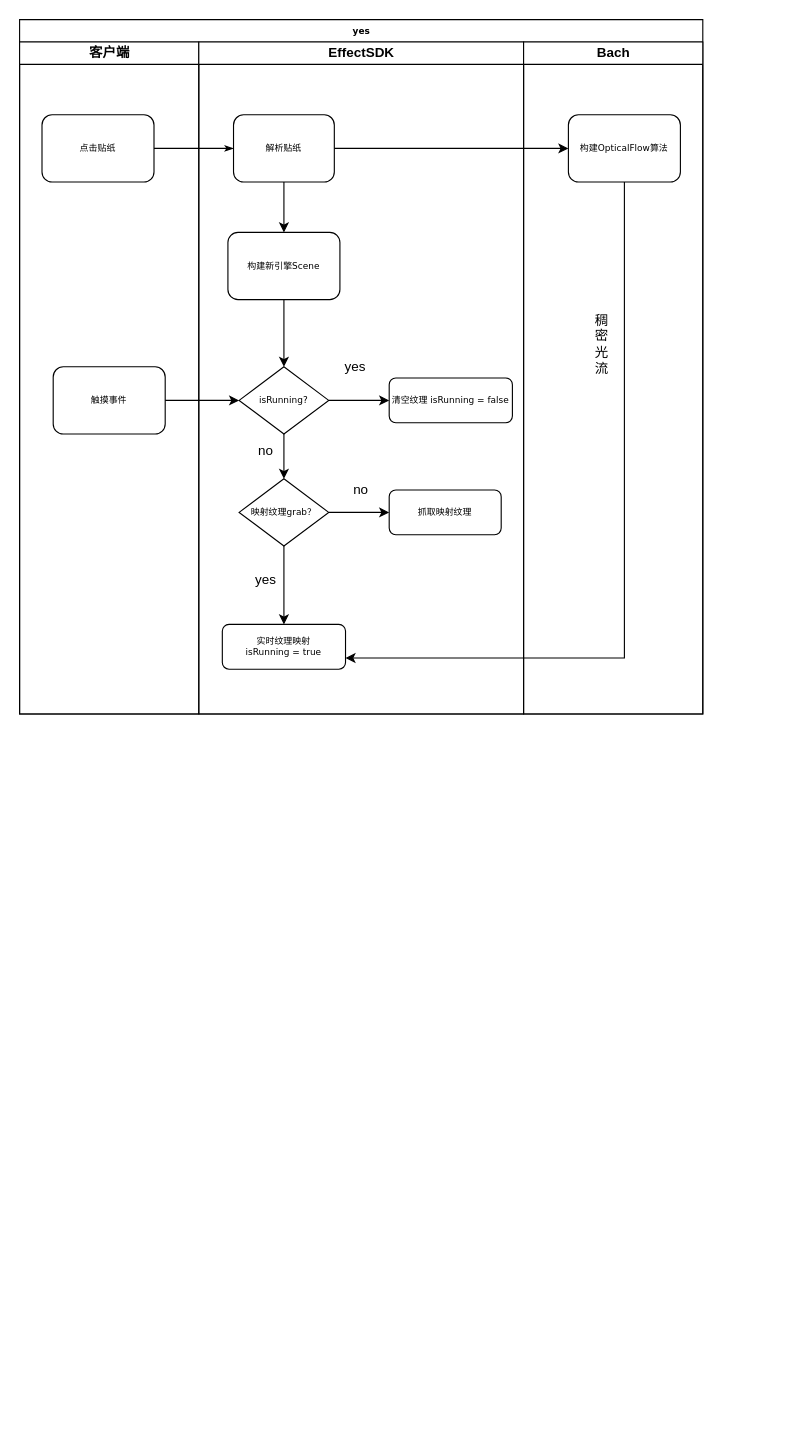
This is DatamoshAlgorithm.drawio from brucechenssfireinthehole/diagrams, a draw.io file, before an edit. Source tidied: cells renumbered, new cells numbered last; positions are measured from the earlier drawing's top-left corner, leaving out a move shared by most shapes. Both pictures are drawn from the tidied source at 112%, with x=0, y=0 at pixel (19, 19).
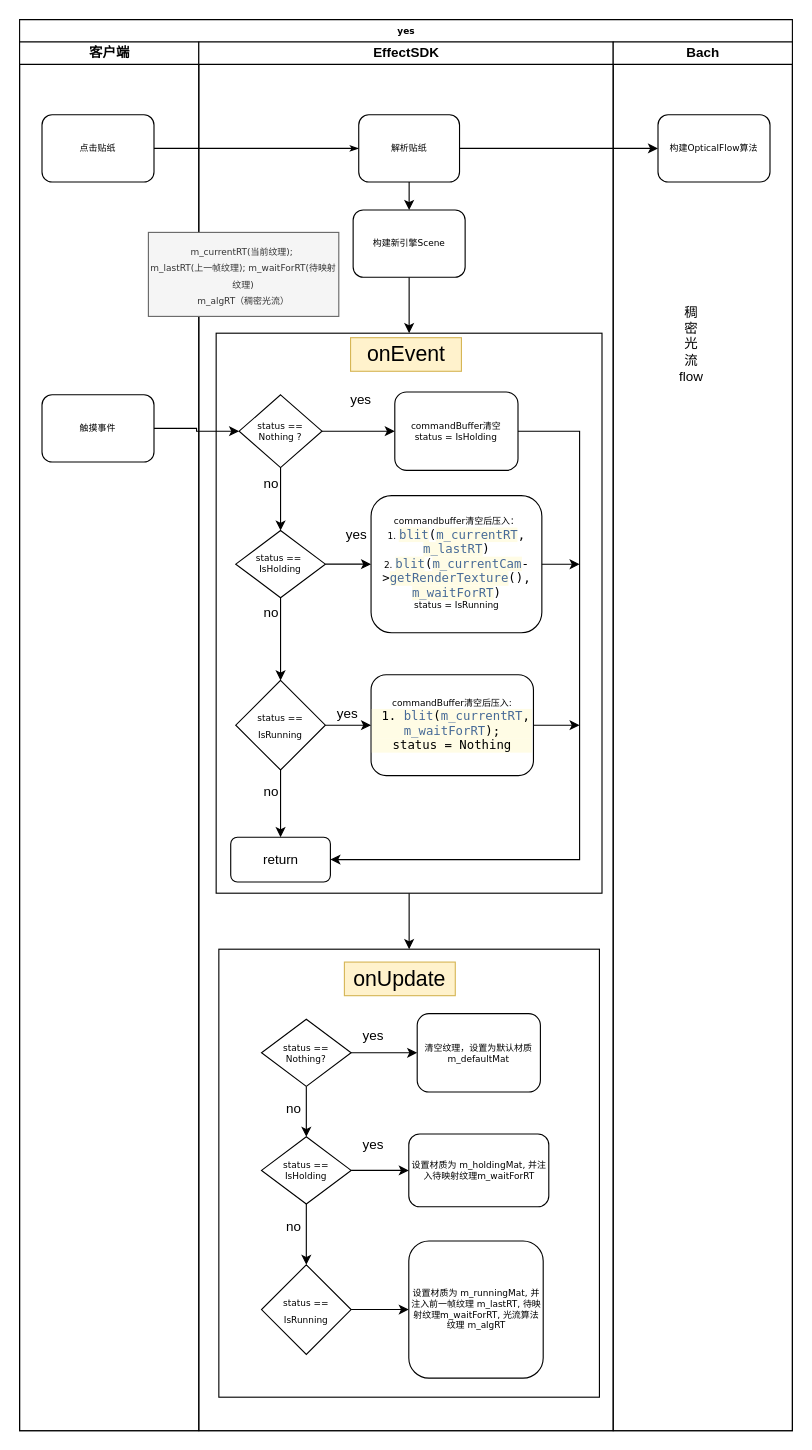
The same page after the edit.

Unchanged cells that the change refers to:
```xml
<mxCell id="26" value="构建OpticalFlow算法" style="rounded=1;whiteSpace=wrap;html=1;shadow=0;labelBackgroundColor=none;strokeWidth=1;fontFamily=Verdana;fontSize=8;align=center;" parent="25" vertex="1">
  <mxGeometry x="40" y="65" width="100" height="60" as="geometry" />
</mxCell>
```

What changed in the source:
```diff
@@
     <mxCell id="2" value="yes" style="swimlane;html=1;startSize=20;rounded=0;shadow=0;labelBackgroundColor=none;strokeWidth=1;fontFamily=Verdana;fontSize=8;align=center;" parent="1" vertex="1">
-      <mxGeometry width="610" height="620" as="geometry" />
+      <mxGeometry width="690" height="1260" as="geometry" />
     </mxCell>
     <mxCell id="3" value="客户端" style="swimlane;html=1;startSize=20;" parent="2" vertex="1">
-      <mxGeometry y="20" width="160" height="600" as="geometry" />
+      <mxGeometry y="20" width="160" height="1240" as="geometry" />
     </mxCell>
@@
     <mxCell id="5" value="触摸事件" style="rounded=1;whiteSpace=wrap;html=1;shadow=0;labelBackgroundColor=none;strokeWidth=1;fontFamily=Verdana;fontSize=8;align=center;" parent="3" vertex="1">
-      <mxGeometry x="30" y="290" width="100" height="60" as="geometry" />
+      <mxGeometry x="20" y="315" width="100" height="60" as="geometry" />
     </mxCell>
@@
     <mxCell id="7" value="EffectSDK" style="swimlane;html=1;startSize=20;" parent="2" vertex="1">
-      <mxGeometry x="160" y="20" width="290" height="600" as="geometry" />
+      <mxGeometry x="160" y="20" width="370" height="1240" as="geometry" />
     </mxCell>
+    <mxCell id="31" style="edgeStyle=orthogonalEdgeStyle;rounded=0;jettySize=auto;html=1;entryX=0.5;entryY=0;entryDx=0;entryDy=0;" parent="7" edge="1" source="32" target="44">
+      <mxGeometry relative="1" as="geometry" />
+    </mxCell>
+    <mxCell id="32" style="rounded=0;whiteSpace=wrap;html=1;" parent="7" vertex="1">
+      <mxGeometry x="15.5" y="260" width="344.5" height="500" as="geometry" />
+    </mxCell>
@@
     <mxCell id="9" value="解析贴纸" style="rounded=1;whiteSpace=wrap;html=1;shadow=0;labelBackgroundColor=none;strokeWidth=1;fontFamily=Verdana;fontSize=8;align=center;" parent="7" vertex="1">
-      <mxGeometry x="31" y="65" width="90" height="60" as="geometry" />
+      <mxGeometry x="142.8" y="65" width="90" height="60" as="geometry" />
     </mxCell>
-    <mxCell id="10" style="edgeStyle=orthogonalEdgeStyle;rounded=0;jettySize=auto;html=1;entryX=0.5;entryY=0;entryDx=0;entryDy=0;" parent="7" edge="1" source="11" target="17">
-      <mxGeometry relative="1" as="geometry" />
-    </mxCell>
+    <mxCell id="33" style="edgeStyle=orthogonalEdgeStyle;rounded=0;jettySize=auto;html=1;" parent="7" edge="1" source="11" target="32">
+      <mxGeometry relative="1" as="geometry" />
+    </mxCell>
     <mxCell id="11" value="构建新引擎Scene" style="rounded=1;whiteSpace=wrap;html=1;shadow=0;labelBackgroundColor=none;strokeWidth=1;fontFamily=Verdana;fontSize=8;align=center;" parent="7" vertex="1">
-      <mxGeometry x="26" y="170" width="100" height="60" as="geometry" />
+      <mxGeometry x="137.8" y="150" width="100" height="60" as="geometry" />
     </mxCell>
@@
-    <mxCell id="13" value="映射纹理grab？" style="rhombus;whiteSpace=wrap;html=1;rounded=0;shadow=0;labelBackgroundColor=none;strokeWidth=1;fontFamily=Verdana;fontSize=8;align=center;" parent="7" vertex="1">
-      <mxGeometry x="36" y="390" width="80" height="60" as="geometry" />
+    <mxCell id="13" value="status ==&amp;nbsp;&lt;br&gt;IsHolding" style="rhombus;whiteSpace=wrap;html=1;rounded=0;shadow=0;labelBackgroundColor=none;strokeWidth=1;fontFamily=Verdana;fontSize=8;align=center;" parent="7" vertex="1">
+      <mxGeometry x="33" y="436.2" width="80" height="60" as="geometry" />
     </mxCell>
-    <mxCell id="14" value="抓取映射纹理" style="rounded=1;whiteSpace=wrap;html=1;shadow=0;labelBackgroundColor=none;strokeWidth=1;fontFamily=Verdana;fontSize=8;align=center;" parent="7" vertex="1">
-      <mxGeometry x="170" y="400" width="100" height="40" as="geometry" />
+    <mxCell id="14" value="commandbuffer清空后压入：&lt;br&gt;1.&amp;nbsp;&lt;span style=&quot;background-color: rgb(255 , 252 , 229) ; color: rgb(71 , 106 , 151) ; font-family: &amp;#34;menlo&amp;#34; ; font-size: 11px&quot;&gt;blit&lt;/span&gt;&lt;span class=&quot;s1&quot; style=&quot;font-family: &amp;#34;menlo&amp;#34; ; font-size: 11px&quot;&gt;(&lt;/span&gt;&lt;span style=&quot;background-color: rgb(255 , 252 , 229) ; color: rgb(71 , 106 , 151) ; font-family: &amp;#34;menlo&amp;#34; ; font-size: 11px&quot;&gt;m_currentRT&lt;/span&gt;&lt;span class=&quot;s1&quot; style=&quot;font-family: &amp;#34;menlo&amp;#34; ; font-size: 11px&quot;&gt;, &lt;/span&gt;&lt;span style=&quot;background-color: rgb(255 , 252 , 229) ; color: rgb(71 , 106 , 151) ; font-family: &amp;#34;menlo&amp;#34; ; font-size: 11px&quot;&gt;m_lastRT&lt;/span&gt;&lt;span class=&quot;s1&quot; style=&quot;font-family: &amp;#34;menlo&amp;#34; ; font-size: 11px&quot;&gt;)&lt;br&gt;&lt;/span&gt;2.&amp;nbsp;&lt;span style=&quot;background-color: rgb(255 , 252 , 229) ; color: rgb(71 , 106 , 151) ; font-family: &amp;#34;menlo&amp;#34; ; font-size: 11px&quot;&gt;blit&lt;/span&gt;&lt;span class=&quot;s1&quot; style=&quot;font-family: &amp;#34;menlo&amp;#34; ; font-size: 11px&quot;&gt;(&lt;/span&gt;&lt;span style=&quot;background-color: rgb(255 , 252 , 229) ; color: rgb(71 , 106 , 151) ; font-family: &amp;#34;menlo&amp;#34; ; font-size: 11px&quot;&gt;m_currentCam&lt;/span&gt;&lt;span class=&quot;s1&quot; style=&quot;font-family: &amp;#34;menlo&amp;#34; ; font-size: 11px&quot;&gt;-&amp;gt;&lt;/span&gt;&lt;span style=&quot;background-color: rgb(255 , 252 , 229) ; color: rgb(71 , 106 , 151) ; font-family: &amp;#34;menlo&amp;#34; ; font-size: 11px&quot;&gt;getRenderTexture&lt;/span&gt;&lt;span class=&quot;s1&quot; style=&quot;font-family: &amp;#34;menlo&amp;#34; ; font-size: 11px&quot;&gt;(), &lt;/span&gt;&lt;span style=&quot;background-color: rgb(255 , 252 , 229) ; color: rgb(71 , 106 , 151) ; font-family: &amp;#34;menlo&amp;#34; ; font-size: 11px&quot;&gt;m_waitForRT&lt;/span&gt;&lt;span class=&quot;s1&quot; style=&quot;font-family: &amp;#34;menlo&amp;#34; ; font-size: 11px&quot;&gt;)&lt;/span&gt;&lt;br&gt;status = IsRunning" style="rounded=1;whiteSpace=wrap;html=1;shadow=0;labelBackgroundColor=none;strokeWidth=1;fontFamily=Verdana;fontSize=8;align=center;" parent="7" vertex="1">
+      <mxGeometry x="153.8" y="405" width="152.5" height="122.5" as="geometry" />
     </mxCell>
@@
-    <mxCell id="17" value="isRunning?" style="rhombus;whiteSpace=wrap;html=1;rounded=0;shadow=0;labelBackgroundColor=none;strokeWidth=1;fontFamily=Verdana;fontSize=8;align=center;" parent="7" vertex="1">
-      <mxGeometry x="36" y="290" width="80" height="60" as="geometry" />
+    <mxCell id="17" value="status == Nothing ?" style="rhombus;whiteSpace=wrap;html=1;rounded=0;shadow=0;labelBackgroundColor=none;strokeWidth=1;fontFamily=Verdana;fontSize=8;align=center;" parent="7" vertex="1">
+      <mxGeometry x="36" y="315" width="74" height="65" as="geometry" />
     </mxCell>
+    <mxCell id="34" style="edgeStyle=orthogonalEdgeStyle;rounded=0;jettySize=auto;html=1;entryX=1;entryY=0.5;entryDx=0;entryDy=0;" parent="7" edge="1" source="18" target="40">
+      <mxGeometry relative="1" as="geometry">
+        <Array as="points">
+          <mxPoint x="340" y="348" />
+          <mxPoint x="340" y="730" />
+        </Array>
+      </mxGeometry>
+    </mxCell>
-    <mxCell id="18" value="清空纹理 isRunning = false" style="rounded=1;whiteSpace=wrap;html=1;shadow=0;labelBackgroundColor=none;strokeWidth=1;fontFamily=Verdana;fontSize=8;align=center;" parent="7" vertex="1">
-      <mxGeometry x="170" y="300" width="110" height="40" as="geometry" />
+    <mxCell id="18" value="commandBuffer清空&lt;br&gt;status = IsHolding" style="rounded=1;whiteSpace=wrap;html=1;shadow=0;labelBackgroundColor=none;strokeWidth=1;fontFamily=Verdana;fontSize=8;align=center;" parent="7" vertex="1">
+      <mxGeometry x="175" y="312.5" width="110" height="70" as="geometry" />
     </mxCell>
-    <mxCell id="19" value="实时纹理映射&lt;br&gt;isRunning = true" style="rounded=1;whiteSpace=wrap;html=1;shadow=0;labelBackgroundColor=none;strokeWidth=1;fontFamily=Verdana;fontSize=8;align=center;" parent="7" vertex="1">
-      <mxGeometry x="21" y="520" width="110" height="40" as="geometry" />
-    </mxCell>
-    <mxCell id="20" style="edgeStyle=orthogonalEdgeStyle;rounded=0;jettySize=auto;html=1;entryX=0.5;entryY=0;entryDx=0;entryDy=0;" parent="7" edge="1" source="13" target="19">
+    <mxCell id="20" style="edgeStyle=orthogonalEdgeStyle;rounded=0;jettySize=auto;html=1;entryX=0.5;entryY=0;entryDx=0;entryDy=0;" parent="7" edge="1" source="13" target="39">
       <mxGeometry relative="1" as="geometry" />
     </mxCell>
     <mxCell id="21" value="yes" style="text;html=1;strokeColor=none;fillColor=none;align=center;verticalAlign=middle;whiteSpace=wrap;rounded=0;" parent="7" vertex="1">
-      <mxGeometry x="120" y="280" width="40" height="20" as="geometry" />
+      <mxGeometry x="125" y="310" width="40" height="20" as="geometry" />
     </mxCell>
     <mxCell id="22" value="no" style="text;html=1;strokeColor=none;fillColor=none;align=center;verticalAlign=middle;whiteSpace=wrap;rounded=0;" parent="7" vertex="1">
-      <mxGeometry x="40" y="355" width="40" height="20" as="geometry" />
+      <mxGeometry x="45" y="385" width="40" height="20" as="geometry" />
     </mxCell>
-    <mxCell id="23" value="no" style="text;html=1;strokeColor=none;fillColor=none;align=center;verticalAlign=middle;whiteSpace=wrap;rounded=0;" parent="7" vertex="1">
-      <mxGeometry x="125" y="390" width="40" height="20" as="geometry" />
+    <mxCell id="23" value="yes" style="text;html=1;strokeColor=none;fillColor=none;align=center;verticalAlign=middle;whiteSpace=wrap;rounded=0;" parent="7" vertex="1">
+      <mxGeometry x="121" y="430" width="40" height="20" as="geometry" />
     </mxCell>
-    <mxCell id="24" value="yes" style="text;html=1;strokeColor=none;fillColor=none;align=center;verticalAlign=middle;whiteSpace=wrap;rounded=0;" parent="7" vertex="1">
-      <mxGeometry x="40" y="470" width="40" height="20" as="geometry" />
+    <mxCell id="24" value="no" style="text;html=1;strokeColor=none;fillColor=none;align=center;verticalAlign=middle;whiteSpace=wrap;rounded=0;" parent="7" vertex="1">
+      <mxGeometry x="45" y="500" width="40" height="20" as="geometry" />
     </mxCell>
+    <mxCell id="35" value="&lt;font style=&quot;font-size: 19px&quot;&gt;onEvent&lt;/font&gt;" style="text;html=1;strokeColor=#d6b656;fillColor=#fff2cc;align=center;verticalAlign=middle;whiteSpace=wrap;rounded=0;" parent="7" vertex="1">
+      <mxGeometry x="135.5" y="264" width="99" height="30" as="geometry" />
+    </mxCell>
+    <mxCell id="36" value="commandBuffer清空后压入:&lt;br&gt;&lt;p class=&quot;p1&quot; style=&quot;margin: 0px ; font-stretch: normal ; font-size: 11px ; line-height: normal ; font-family: &amp;#34;menlo&amp;#34; ; color: rgb(71 , 106 , 151) ; background-color: rgb(255 , 252 , 229)&quot;&gt;&lt;span class=&quot;s1&quot; style=&quot;color: rgb(0 , 0 , 0)&quot;&gt;&amp;nbsp;1.&amp;nbsp;&lt;/span&gt;blit&lt;span class=&quot;s1&quot; style=&quot;color: rgb(0 , 0 , 0)&quot;&gt;(&lt;/span&gt;m_currentRT&lt;span class=&quot;s1&quot; style=&quot;color: rgb(0 , 0 , 0)&quot;&gt;, &lt;/span&gt;m_waitForRT&lt;span class=&quot;s1&quot; style=&quot;color: rgb(0 , 0 , 0)&quot;&gt;);&lt;/span&gt;&lt;/p&gt;&lt;p class=&quot;p1&quot; style=&quot;margin: 0px ; font-stretch: normal ; font-size: 11px ; line-height: normal ; font-family: &amp;#34;menlo&amp;#34; ; color: rgb(71 , 106 , 151) ; background-color: rgb(255 , 252 , 229)&quot;&gt;&lt;span class=&quot;s1&quot; style=&quot;color: rgb(0 , 0 , 0)&quot;&gt;status = Nothing&lt;/span&gt;&lt;/p&gt;" style="rounded=1;whiteSpace=wrap;html=1;shadow=0;labelBackgroundColor=none;strokeWidth=1;fontFamily=Verdana;fontSize=8;align=center;" parent="7" vertex="1">
+      <mxGeometry x="153.8" y="565" width="145" height="90" as="geometry" />
+    </mxCell>
+    <mxCell id="37" style="edgeStyle=orthogonalEdgeStyle;rounded=0;jettySize=auto;html=1;entryX=0;entryY=0.5;entryDx=0;entryDy=0;" parent="7" edge="1" source="39" target="36">
+      <mxGeometry relative="1" as="geometry" />
+    </mxCell>
+    <mxCell id="38" style="edgeStyle=orthogonalEdgeStyle;rounded=0;jettySize=auto;html=1;entryX=0.5;entryY=0;entryDx=0;entryDy=0;" parent="7" edge="1" source="39" target="40">
+      <mxGeometry relative="1" as="geometry" />
+    </mxCell>
+    <mxCell id="39" value="&lt;span style=&quot;font-family: &amp;#34;verdana&amp;#34; ; font-size: 8px&quot;&gt;status == IsRunning&lt;/span&gt;" style="rhombus;whiteSpace=wrap;html=1;" parent="7" vertex="1">
+      <mxGeometry x="33" y="570" width="80" height="80" as="geometry" />
+    </mxCell>
+    <mxCell id="40" value="return" style="rounded=1;whiteSpace=wrap;html=1;" parent="7" vertex="1">
+      <mxGeometry x="28.5" y="710" width="89" height="40" as="geometry" />
+    </mxCell>
+    <mxCell id="41" value="yes" style="text;html=1;strokeColor=none;fillColor=none;align=center;verticalAlign=middle;whiteSpace=wrap;rounded=0;" parent="7" vertex="1">
+      <mxGeometry x="113" y="590" width="40" height="20" as="geometry" />
+    </mxCell>
+    <mxCell id="42" value="no" style="text;html=1;strokeColor=none;fillColor=none;align=center;verticalAlign=middle;whiteSpace=wrap;rounded=0;" parent="7" vertex="1">
+      <mxGeometry x="45" y="660" width="40" height="20" as="geometry" />
+    </mxCell>
+    <mxCell id="43" value="&lt;span style=&quot;font-family: &amp;#34;verdana&amp;#34; ; font-size: 8px&quot;&gt;m_currentRT(当前纹理);&amp;nbsp;&lt;/span&gt;&lt;br style=&quot;font-family: &amp;#34;verdana&amp;#34; ; font-size: 8px&quot;&gt;&lt;span style=&quot;font-family: &amp;#34;verdana&amp;#34; ; font-size: 8px&quot;&gt;m_lastRT(上一帧纹理); m_waitForRT(待映射纹理)&lt;/span&gt;&lt;br style=&quot;font-family: &amp;#34;verdana&amp;#34; ; font-size: 8px&quot;&gt;&lt;span style=&quot;font-family: &amp;#34;verdana&amp;#34; ; font-size: 8px&quot;&gt;m_algRT（稠密光流）&lt;/span&gt;" style="rounded=0;whiteSpace=wrap;html=1;fillColor=#f5f5f5;strokeColor=#666666;fontColor=#333333;" parent="7" vertex="1">
+      <mxGeometry x="-45" y="170" width="170" height="75" as="geometry" />
+    </mxCell>
+    <mxCell id="44" style="rounded=0;whiteSpace=wrap;html=1;" parent="7" vertex="1">
+      <mxGeometry x="17.9" y="810" width="339.8" height="400" as="geometry" />
+    </mxCell>
     <mxCell id="25" value="Bach" style="swimlane;html=1;startSize=20;" parent="2" vertex="1">
-      <mxGeometry x="450" y="20" width="160" height="600" as="geometry" />
+      <mxGeometry x="530" y="20" width="160" height="1240" as="geometry" />
     </mxCell>
@@
-    <mxCell id="27" value="稠密光流" style="text;html=1;strokeColor=none;fillColor=none;align=center;verticalAlign=middle;whiteSpace=wrap;rounded=0;" parent="25" vertex="1">
+    <mxCell id="27" value="稠密光流&lt;br&gt;flow" style="text;html=1;strokeColor=none;fillColor=none;align=center;verticalAlign=middle;whiteSpace=wrap;rounded=0;" parent="25" vertex="1">
       <mxGeometry x="60" y="260" width="20" height="20" as="geometry" />
     </mxCell>
@@
-    <mxCell id="29" style="edgeStyle=orthogonalEdgeStyle;rounded=0;jettySize=auto;html=1;entryX=1;entryY=0.75;entryDx=0;entryDy=0;" parent="2" edge="1" source="26" target="19">
-      <mxGeometry relative="1" as="geometry">
-        <Array as="points">
-          <mxPoint x="540" y="570" />
-        </Array>
-      </mxGeometry>
-    </mxCell>
@@
+    <mxCell id="45" style="edgeStyle=orthogonalEdgeStyle;rounded=0;jettySize=auto;html=1;entryX=0;entryY=0.5;entryDx=0;entryDy=0;" parent="1" edge="1" source="46" target="47">
+      <mxGeometry relative="1" as="geometry" />
+    </mxCell>
+    <mxCell id="46" value="status == IsHolding" style="rhombus;whiteSpace=wrap;html=1;rounded=0;shadow=0;labelBackgroundColor=none;strokeWidth=1;fontFamily=Verdana;fontSize=8;align=center;" parent="1" vertex="1">
+      <mxGeometry x="216" y="997.5" width="80" height="60" as="geometry" />
+    </mxCell>
+    <mxCell id="47" value="设置材质为 m_holdingMat, 并注入待映射纹理m_waitForRT" style="rounded=1;whiteSpace=wrap;html=1;shadow=0;labelBackgroundColor=none;strokeWidth=1;fontFamily=Verdana;fontSize=8;align=center;" parent="1" vertex="1">
+      <mxGeometry x="347.5" y="995" width="125" height="65" as="geometry" />
+    </mxCell>
+    <mxCell id="48" style="edgeStyle=orthogonalEdgeStyle;rounded=0;jettySize=auto;html=1;entryX=0;entryY=0.5;entryDx=0;entryDy=0;" parent="1" edge="1" source="50" target="51">
+      <mxGeometry relative="1" as="geometry" />
+    </mxCell>
+    <mxCell id="49" style="edgeStyle=orthogonalEdgeStyle;rounded=0;jettySize=auto;html=1;entryX=0.5;entryY=0;entryDx=0;entryDy=0;" parent="1" edge="1" source="50" target="46">
+      <mxGeometry relative="1" as="geometry" />
+    </mxCell>
+    <mxCell id="50" value="status == Nothing?" style="rhombus;whiteSpace=wrap;html=1;rounded=0;shadow=0;labelBackgroundColor=none;strokeWidth=1;fontFamily=Verdana;fontSize=8;align=center;" parent="1" vertex="1">
+      <mxGeometry x="216" y="892.5" width="80" height="60" as="geometry" />
+    </mxCell>
+    <mxCell id="51" value="清空纹理，设置为默认材质 m_defaultMat" style="rounded=1;whiteSpace=wrap;html=1;shadow=0;labelBackgroundColor=none;strokeWidth=1;fontFamily=Verdana;fontSize=8;align=center;" parent="1" vertex="1">
+      <mxGeometry x="355" y="887.5" width="110" height="70" as="geometry" />
+    </mxCell>
+    <mxCell id="52" style="edgeStyle=orthogonalEdgeStyle;rounded=0;jettySize=auto;html=1;entryX=0.5;entryY=0;entryDx=0;entryDy=0;" parent="1" edge="1" source="46" target="61">
+      <mxGeometry relative="1" as="geometry" />
+    </mxCell>
+    <mxCell id="53" value="yes" style="text;html=1;strokeColor=none;fillColor=none;align=center;verticalAlign=middle;whiteSpace=wrap;rounded=0;" parent="1" vertex="1">
+      <mxGeometry x="296" y="897.5" width="40" height="20" as="geometry" />
+    </mxCell>
+    <mxCell id="54" value="no" style="text;html=1;strokeColor=none;fillColor=none;align=center;verticalAlign=middle;whiteSpace=wrap;rounded=0;" parent="1" vertex="1">
+      <mxGeometry x="225" y="962.5" width="40" height="20" as="geometry" />
+    </mxCell>
+    <mxCell id="55" value="yes" style="text;html=1;strokeColor=none;fillColor=none;align=center;verticalAlign=middle;whiteSpace=wrap;rounded=0;" parent="1" vertex="1">
+      <mxGeometry x="296" y="995" width="40" height="20" as="geometry" />
+    </mxCell>
+    <mxCell id="56" value="no" style="text;html=1;strokeColor=none;fillColor=none;align=center;verticalAlign=middle;whiteSpace=wrap;rounded=0;" parent="1" vertex="1">
+      <mxGeometry x="225" y="1067.5" width="40" height="20" as="geometry" />
+    </mxCell>
+    <mxCell id="57" value="&lt;font style=&quot;font-size: 19px&quot;&gt;onUpdate&lt;/font&gt;" style="text;html=1;strokeColor=#d6b656;fillColor=#fff2cc;align=center;verticalAlign=middle;whiteSpace=wrap;rounded=0;" parent="1" vertex="1">
+      <mxGeometry x="290" y="841.5" width="99" height="30" as="geometry" />
+    </mxCell>
+    <mxCell id="58" style="edgeStyle=orthogonalEdgeStyle;rounded=0;jettySize=auto;html=1;" parent="1" edge="1" source="14">
+      <mxGeometry relative="1" as="geometry">
+        <mxPoint x="500" y="486.2" as="targetPoint" />
+      </mxGeometry>
+    </mxCell>
+    <mxCell id="59" style="edgeStyle=orthogonalEdgeStyle;rounded=0;jettySize=auto;html=1;" parent="1" edge="1" source="36">
+      <mxGeometry relative="1" as="geometry">
+        <mxPoint x="500" y="630" as="targetPoint" />
+      </mxGeometry>
+    </mxCell>
+    <mxCell id="60" style="edgeStyle=orthogonalEdgeStyle;rounded=0;jettySize=auto;html=1;entryX=0;entryY=0.5;entryDx=0;entryDy=0;" parent="1" edge="1" source="61" target="62">
+      <mxGeometry relative="1" as="geometry" />
+    </mxCell>
+    <mxCell id="61" value="&lt;span style=&quot;font-family: &amp;#34;verdana&amp;#34; ; font-size: 8px&quot;&gt;status == IsRunning&lt;/span&gt;" style="rhombus;whiteSpace=wrap;html=1;" parent="1" vertex="1">
+      <mxGeometry x="216" y="1111.8" width="80" height="80" as="geometry" />
+    </mxCell>
+    <mxCell id="62" value="设置材质为 m_runningMat, 并注入前一帧纹理 m_lastRT, 待映射纹理m_waitForRT, 光流算法纹理 m_algRT" style="rounded=1;whiteSpace=wrap;html=1;shadow=0;labelBackgroundColor=none;strokeWidth=1;fontFamily=Verdana;fontSize=8;align=center;" parent="1" vertex="1">
+      <mxGeometry x="347.5" y="1090.5" width="120" height="122.5" as="geometry" />
+    </mxCell>
```
